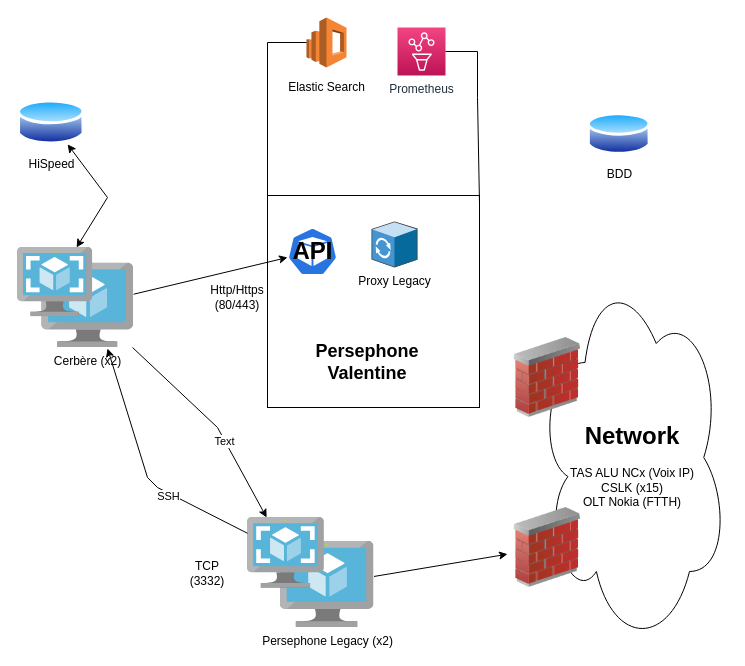
Above: Untitled Diagram.drawio in alexis-verbrugge/katacoda-scenarios (draw.io), before the change. Source tidied: cells renumbered, new cells numbered last; positions are measured from the earlier drawing's top-left corner, leaving out a move shared by most shapes. Both pictures are drawn from the tidied source at 100%, with x=0, y=0 at pixel (17, 17).
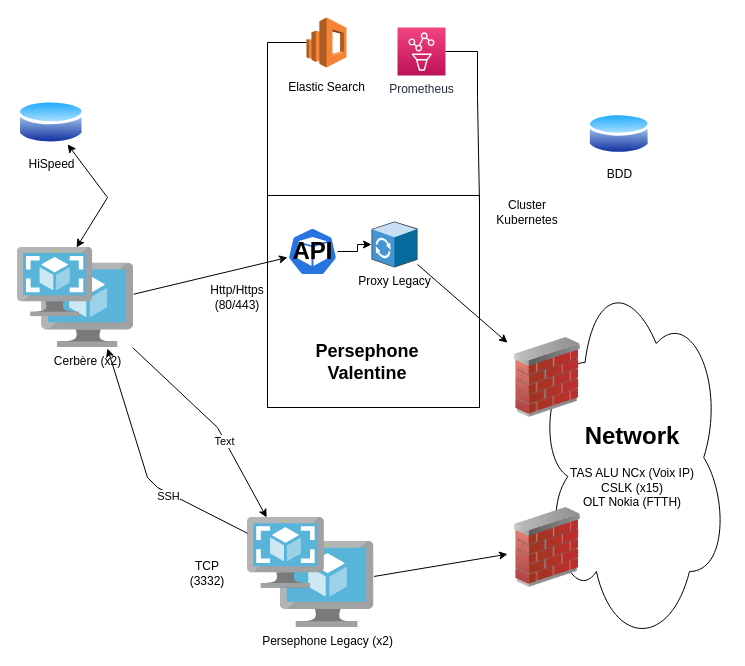
Above is the later version.

The change refers to these unchanged cells:
```xml
<mxCell id="14" value="&lt;h1&gt;&lt;b&gt;API&lt;/b&gt;&lt;/h1&gt;" style="sketch=0;html=1;dashed=0;whitespace=wrap;fillColor=#2875E2;strokeColor=#ffffff;points=[[0.005,0.63,0],[0.1,0.2,0],[0.9,0.2,0],[0.5,0,0],[0.995,0.63,0],[0.72,0.99,0],[0.5,1,0],[0.28,0.99,0]];shape=mxgraph.kubernetes.icon;prIcon=pod;" parent="1" vertex="1">
  <mxGeometry x="270" y="210" width="50" height="48" as="geometry" />
</mxCell>
<mxCell id="16" style="image;html=1;image=img/lib/clip_art/networking/Firewall_02_128x128.png;" parent="1" vertex="1">
  <mxGeometry x="490" y="320" width="80" height="80" as="geometry" />
</mxCell>
<mxCell id="18" value="Proxy Legacy" style="shadow=0;dashed=0;html=1;labelPosition=center;verticalLabelPosition=bottom;verticalAlign=top;align=center;outlineConnect=0;shape=mxgraph.veeam.3d.proxy;" parent="1" vertex="1">
  <mxGeometry x="354" y="204" width="46" height="46" as="geometry" />
</mxCell>
```

The edit, as a diff of the source:
```diff
@@
+    <mxCell id="32" style="edgeStyle=orthogonalEdgeStyle;rounded=0;jettySize=auto;html=1;" parent="1" edge="1" source="14" target="18">
+      <mxGeometry relative="1" as="geometry" />
+    </mxCell>
@@
+    <mxCell id="33" style="endArrow=classic;html=1;rounded=0;" parent="1" edge="1" source="18" target="16">
+      <mxGeometry relative="1" as="geometry" />
+    </mxCell>
+    <mxCell id="34" value="Cluster Kubernetes" style="text;html=1;strokeColor=none;fillColor=none;align=center;verticalAlign=middle;whiteSpace=wrap;rounded=0;" parent="1" vertex="1">
+      <mxGeometry x="480" y="180" width="60" height="30" as="geometry" />
+    </mxCell>
```
